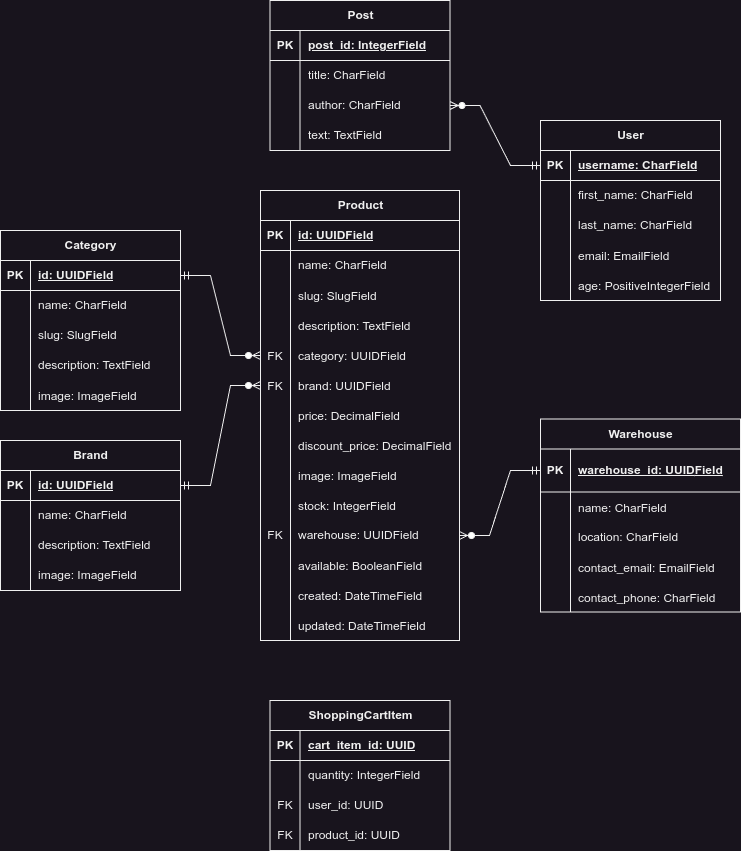
Before: docs/models.png, a diagram exported from draw.io (jkvince/django-instruments). Source tidied: cells renumbered, new cells last; positions are measured from the earlier drawing's top-left corner, leaving out a move shared by most shapes.
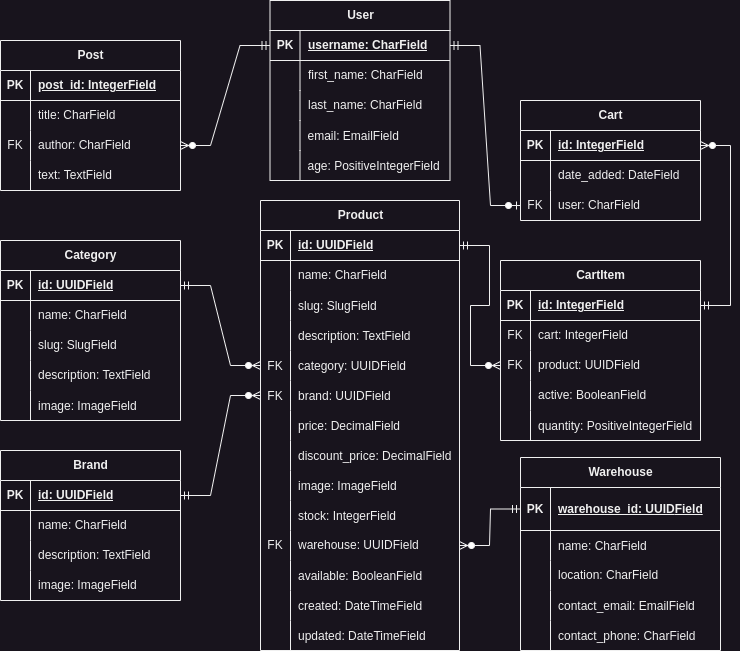
Later version of the same file.

Change to the diagram source:
```diff
@@ -3,7 +3,7 @@
     <mxCell id="0" />
     <mxCell id="1" parent="0" />
     <mxCell id="2" value="Warehouse" style="shape=table;startSize=30;rowLines=0;fontStyle=1;align=center;html=1;" parent="1" vertex="1">
-      <mxGeometry x="540" y="418.5" width="200" height="193" as="geometry" />
+      <mxGeometry x="520" y="447" width="200" height="193" as="geometry" />
     </mxCell>
     <mxCell id="3" style="shape=tableRow;horizontal=0;startSize=0;swimlaneHead=0;swimlaneBody=0;fillColor=none;points=[[0,0.5],[1,0.5]];portConstraint=eastwest;top=0;left=0;right=0;bottom=1;" parent="2" vertex="1">
       <mxGeometry y="30" width="200" height="43" as="geometry" />
@@ -180,7 +180,7 @@
       <mxGeometry x="30" width="169" height="30" as="geometry" />
     </mxCell>
     <mxCell id="61" value="User" style="shape=table;startSize=30;rowLines=0;fontStyle=1;align=center;html=1;" parent="1" vertex="1">
-      <mxGeometry x="540" y="120" width="180" height="180" as="geometry" />
+      <mxGeometry x="269.5" y="-10" width="180" height="180" as="geometry" />
     </mxCell>
     <mxCell id="62" style="shape=tableRow;horizontal=0;startSize=0;swimlaneHead=0;swimlaneBody=0;fillColor=none;points=[[0,0.5],[1,0.5]];portConstraint=eastwest;top=0;left=0;right=0;bottom=1;" parent="61" vertex="1">
       <mxGeometry y="30" width="180" height="30" as="geometry" />
@@ -227,45 +227,54 @@
     <mxCell id="76" value="age: PositiveIntegerField" style="shape=partialRectangle;fillColor=none;top=0;left=0;bottom=0;right=0;align=left;spacingLeft=6;overflow=hidden;" parent="74" vertex="1">
       <mxGeometry x="30" width="150" height="30" as="geometry" />
     </mxCell>
-    <mxCell id="77" value="ShoppingCartItem" style="shape=table;startSize=30;rowLines=0;fontStyle=1;align=center;html=1;" parent="1" vertex="1">
-      <mxGeometry x="269.5" y="700" width="180" height="150" as="geometry" />
+    <mxCell id="77" value="CartItem" style="shape=table;startSize=30;rowLines=0;fontStyle=1;align=center;html=1;" parent="1" vertex="1">
+      <mxGeometry x="500" y="250" width="200" height="180" as="geometry" />
     </mxCell>
     <mxCell id="78" style="shape=tableRow;horizontal=0;startSize=0;swimlaneHead=0;swimlaneBody=0;fillColor=none;points=[[0,0.5],[1,0.5]];portConstraint=eastwest;top=0;left=0;right=0;bottom=1;" parent="77" vertex="1">
-      <mxGeometry y="30" width="180" height="30" as="geometry" />
+      <mxGeometry y="30" width="200" height="30" as="geometry" />
     </mxCell>
     <mxCell id="79" value="PK" style="shape=partialRectangle;fillColor=none;top=0;left=0;bottom=0;right=0;fontStyle=1;overflow=hidden;whiteSpace=wrap;html=1;" parent="78" vertex="1">
       <mxGeometry width="30" height="30" as="geometry" />
     </mxCell>
-    <mxCell id="80" value="cart_item_id: UUID" style="shape=partialRectangle;fillColor=none;top=0;left=0;bottom=0;right=0;align=left;spacingLeft=6;fontStyle=5;overflow=hidden;whiteSpace=wrap;html=1;" parent="78" vertex="1">
-      <mxGeometry x="30" width="150" height="30" as="geometry" />
+    <mxCell id="80" value="id: IntegerField" style="shape=partialRectangle;fillColor=none;top=0;left=0;bottom=0;right=0;align=left;spacingLeft=6;fontStyle=5;overflow=hidden;whiteSpace=wrap;html=1;" parent="78" vertex="1">
+      <mxGeometry x="30" width="170" height="30" as="geometry" />
     </mxCell>
     <mxCell id="81" style="shape=tableRow;horizontal=0;startSize=0;swimlaneHead=0;swimlaneBody=0;fillColor=none;top=0;left=0;right=0;bottom=0;" parent="77" vertex="1">
-      <mxGeometry y="60" width="180" height="30" as="geometry" />
+      <mxGeometry y="60" width="200" height="30" as="geometry" />
     </mxCell>
-    <mxCell id="82" style="shape=partialRectangle;fillColor=none;top=0;left=0;bottom=0;right=0;overflow=hidden;whiteSpace=wrap;html=1;" parent="81" vertex="1">
+    <mxCell id="82" value="FK" style="shape=partialRectangle;fillColor=none;top=0;left=0;bottom=0;right=0;overflow=hidden;whiteSpace=wrap;html=1;" parent="81" vertex="1">
       <mxGeometry width="30" height="30" as="geometry" />
     </mxCell>
-    <mxCell id="83" value="quantity: IntegerField" style="shape=partialRectangle;fillColor=none;top=0;left=0;bottom=0;right=0;align=left;spacingLeft=6;overflow=hidden;whiteSpace=wrap;html=1;" parent="81" vertex="1">
-      <mxGeometry x="30" width="150" height="30" as="geometry" />
+    <mxCell id="83" value="cart: IntegerField" style="shape=partialRectangle;fillColor=none;top=0;left=0;bottom=0;right=0;align=left;spacingLeft=6;overflow=hidden;whiteSpace=wrap;html=1;" parent="81" vertex="1">
+      <mxGeometry x="30" width="170" height="30" as="geometry" />
     </mxCell>
     <mxCell id="84" style="shape=tableRow;horizontal=0;startSize=0;swimlaneHead=0;swimlaneBody=0;fillColor=none;points=[[0,0.5],[1,0.5]];portConstraint=eastwest;top=0;left=0;right=0;bottom=0;" parent="77" vertex="1">
-      <mxGeometry y="90" width="180" height="30" as="geometry" />
+      <mxGeometry y="90" width="200" height="30" as="geometry" />
     </mxCell>
     <mxCell id="85" value="FK" style="shape=partialRectangle;fillColor=none;top=0;left=0;bottom=0;right=0;overflow=hidden;whiteSpace=wrap;html=1;" parent="84" vertex="1">
       <mxGeometry width="30" height="30" as="geometry" />
     </mxCell>
-    <mxCell id="86" value="user_id: UUID" style="shape=partialRectangle;fillColor=none;top=0;left=0;bottom=0;right=0;align=left;spacingLeft=6;overflow=hidden;whiteSpace=wrap;html=1;" parent="84" vertex="1">
-      <mxGeometry x="30" width="150" height="30" as="geometry" />
+    <mxCell id="86" value="product: UUIDField" style="shape=partialRectangle;fillColor=none;top=0;left=0;bottom=0;right=0;align=left;spacingLeft=6;overflow=hidden;whiteSpace=wrap;html=1;" parent="84" vertex="1">
+      <mxGeometry x="30" width="170" height="30" as="geometry" />
     </mxCell>
     <mxCell id="87" style="shape=tableRow;horizontal=0;startSize=0;swimlaneHead=0;swimlaneBody=0;fillColor=none;top=0;left=0;right=0;bottom=0;" parent="77" vertex="1">
-      <mxGeometry y="120" width="180" height="30" as="geometry" />
+      <mxGeometry y="120" width="200" height="30" as="geometry" />
     </mxCell>
-    <mxCell id="88" value="FK" style="shape=partialRectangle;fillColor=none;top=0;left=0;bottom=0;right=0;overflow=hidden;whiteSpace=wrap;html=1;" parent="87" vertex="1">
+    <mxCell id="88" style="shape=partialRectangle;fillColor=none;top=0;left=0;bottom=0;right=0;overflow=hidden;whiteSpace=wrap;html=1;" parent="87" vertex="1">
       <mxGeometry width="30" height="30" as="geometry" />
     </mxCell>
-    <mxCell id="89" value="product_id: UUID" style="shape=partialRectangle;fillColor=none;top=0;left=0;bottom=0;right=0;align=left;spacingLeft=6;overflow=hidden;whiteSpace=wrap;html=1;" parent="87" vertex="1">
-      <mxGeometry x="30" width="150" height="30" as="geometry" />
+    <mxCell id="89" value="active: BooleanField" style="shape=partialRectangle;fillColor=none;top=0;left=0;bottom=0;right=0;align=left;spacingLeft=6;overflow=hidden;whiteSpace=wrap;html=1;" parent="87" vertex="1">
+      <mxGeometry x="30" width="170" height="30" as="geometry" />
     </mxCell>
+    <mxCell id="136" style="shape=tableRow;horizontal=0;startSize=0;swimlaneHead=0;swimlaneBody=0;fillColor=none;top=0;left=0;right=0;bottom=0;" parent="77" vertex="1">
+      <mxGeometry y="150" width="200" height="30" as="geometry" />
+    </mxCell>
+    <mxCell id="137" style="shape=partialRectangle;fillColor=none;top=0;left=0;bottom=0;right=0;overflow=hidden;" parent="136" vertex="1">
+      <mxGeometry width="30" height="30" as="geometry" />
+    </mxCell>
+    <mxCell id="138" value="quantity: PositiveIntegerField" style="shape=partialRectangle;fillColor=none;top=0;left=0;bottom=0;right=0;align=left;spacingLeft=6;overflow=hidden;" parent="136" vertex="1">
+      <mxGeometry x="30" width="170" height="30" as="geometry" />
+    </mxCell>
     <mxCell id="90" style="edgeStyle=entityRelationEdgeStyle;fontSize=12;html=1;endArrow=ERzeroToMany;startArrow=ERmandOne;rounded=0;exitX=0;exitY=0.5;exitDx=0;exitDy=0;entryX=1;entryY=0.5;entryDx=0;entryDy=0;" parent="1" edge="1" source="3" target="49">
       <mxGeometry relative="1" as="geometry" />
     </mxCell>
@@ -360,7 +369,7 @@
       <mxGeometry x="30" width="150" height="30" as="geometry" />
     </mxCell>
     <mxCell id="121" value="Post" style="shape=table;startSize=30;rowLines=0;fontStyle=1;align=center;html=1;" parent="1" vertex="1">
-      <mxGeometry x="269.5" width="180" height="150" as="geometry" />
+      <mxGeometry y="30" width="180" height="150" as="geometry" />
     </mxCell>
     <mxCell id="122" style="shape=tableRow;horizontal=0;startSize=0;swimlaneHead=0;swimlaneBody=0;fillColor=none;top=0;left=0;right=0;bottom=1;" parent="121" vertex="1">
       <mxGeometry y="30" width="180" height="30" as="geometry" />
@@ -383,7 +392,7 @@
     <mxCell id="128" style="shape=tableRow;horizontal=0;startSize=0;swimlaneHead=0;swimlaneBody=0;fillColor=none;points=[[0,0.5],[1,0.5]];portConstraint=eastwest;top=0;left=0;right=0;bottom=0;" parent="121" vertex="1">
       <mxGeometry y="90" width="180" height="30" as="geometry" />
     </mxCell>
-    <mxCell id="129" style="shape=partialRectangle;fillColor=none;top=0;left=0;bottom=0;right=0;overflow=hidden;whiteSpace=wrap;html=1;" parent="128" vertex="1">
+    <mxCell id="129" value="FK" style="shape=partialRectangle;fillColor=none;top=0;left=0;bottom=0;right=0;overflow=hidden;whiteSpace=wrap;html=1;" parent="128" vertex="1">
       <mxGeometry width="30" height="30" as="geometry" />
     </mxCell>
     <mxCell id="130" value="author: CharField" style="shape=partialRectangle;fillColor=none;top=0;left=0;bottom=0;right=0;align=left;spacingLeft=6;overflow=hidden;whiteSpace=wrap;html=1;" parent="128" vertex="1">
@@ -404,5 +413,44 @@
     <mxCell id="135" style="edgeStyle=entityRelationEdgeStyle;fontSize=12;html=1;endArrow=ERzeroToMany;startArrow=ERmandOne;rounded=0;exitX=0;exitY=0.5;exitDx=0;exitDy=0;entryX=1;entryY=0.5;entryDx=0;entryDy=0;" parent="1" edge="1" source="62" target="128">
       <mxGeometry relative="1" as="geometry" />
     </mxCell>
+    <mxCell id="139" style="edgeStyle=entityRelationEdgeStyle;fontSize=12;html=1;endArrow=ERzeroToMany;startArrow=ERmandOne;rounded=0;exitX=1;exitY=0.5;exitDx=0;exitDy=0;entryX=0;entryY=0.5;entryDx=0;entryDy=0;" parent="1" edge="1" source="19" target="84">
+      <mxGeometry relative="1" as="geometry" />
+    </mxCell>
+    <mxCell id="140" value="Cart" style="shape=table;startSize=30;rowLines=0;fontStyle=1;align=center;html=1;" parent="1" vertex="1">
+      <mxGeometry x="520" y="90" width="180" height="120" as="geometry" />
+    </mxCell>
+    <mxCell id="141" style="shape=tableRow;horizontal=0;startSize=0;swimlaneHead=0;swimlaneBody=0;fillColor=none;points=[[0,0.5],[1,0.5]];portConstraint=eastwest;top=0;left=0;right=0;bottom=1;" parent="140" vertex="1">
+      <mxGeometry y="30" width="180" height="30" as="geometry" />
+    </mxCell>
+    <mxCell id="142" value="PK" style="shape=partialRectangle;fillColor=none;top=0;left=0;bottom=0;right=0;fontStyle=1;overflow=hidden;whiteSpace=wrap;html=1;" parent="141" vertex="1">
+      <mxGeometry width="30" height="30" as="geometry" />
+    </mxCell>
+    <mxCell id="143" value="id: IntegerField" style="shape=partialRectangle;fillColor=none;top=0;left=0;bottom=0;right=0;align=left;spacingLeft=6;fontStyle=5;overflow=hidden;whiteSpace=wrap;html=1;" parent="141" vertex="1">
+      <mxGeometry x="30" width="150" height="30" as="geometry" />
+    </mxCell>
+    <mxCell id="144" style="shape=tableRow;horizontal=0;startSize=0;swimlaneHead=0;swimlaneBody=0;fillColor=none;top=0;left=0;right=0;bottom=0;" parent="140" vertex="1">
+      <mxGeometry y="60" width="180" height="30" as="geometry" />
+    </mxCell>
+    <mxCell id="145" style="shape=partialRectangle;fillColor=none;top=0;left=0;bottom=0;right=0;overflow=hidden;whiteSpace=wrap;html=1;" parent="144" vertex="1">
+      <mxGeometry width="30" height="30" as="geometry" />
+    </mxCell>
+    <mxCell id="146" value="date_added: DateField" style="shape=partialRectangle;fillColor=none;top=0;left=0;bottom=0;right=0;align=left;spacingLeft=6;overflow=hidden;whiteSpace=wrap;html=1;" parent="144" vertex="1">
+      <mxGeometry x="30" width="150" height="30" as="geometry" />
+    </mxCell>
+    <mxCell id="147" style="shape=tableRow;horizontal=0;startSize=0;swimlaneHead=0;swimlaneBody=0;fillColor=none;points=[[0,0.5],[1,0.5]];portConstraint=eastwest;top=0;left=0;right=0;bottom=0;" parent="140" vertex="1">
+      <mxGeometry y="90" width="180" height="30" as="geometry" />
+    </mxCell>
+    <mxCell id="148" value="FK" style="shape=partialRectangle;fillColor=none;top=0;left=0;bottom=0;right=0;overflow=hidden;whiteSpace=wrap;html=1;" parent="147" vertex="1">
+      <mxGeometry width="30" height="30" as="geometry" />
+    </mxCell>
+    <mxCell id="149" value="user: CharField" style="shape=partialRectangle;fillColor=none;top=0;left=0;bottom=0;right=0;align=left;spacingLeft=6;overflow=hidden;whiteSpace=wrap;html=1;" parent="147" vertex="1">
+      <mxGeometry x="30" width="150" height="30" as="geometry" />
+    </mxCell>
+    <mxCell id="150" style="edgeStyle=entityRelationEdgeStyle;fontSize=12;html=1;endArrow=ERzeroToMany;startArrow=ERmandOne;rounded=0;exitX=1;exitY=0.5;exitDx=0;exitDy=0;entryX=1;entryY=0.5;entryDx=0;entryDy=0;" parent="1" edge="1" source="78" target="141">
+      <mxGeometry relative="1" as="geometry" />
+    </mxCell>
+    <mxCell id="151" style="edgeStyle=entityRelationEdgeStyle;fontSize=12;html=1;endArrow=ERzeroToOne;startArrow=ERmandOne;rounded=0;exitX=1;exitY=0.5;exitDx=0;exitDy=0;entryX=0;entryY=0.5;entryDx=0;entryDy=0;" parent="1" edge="1" source="62" target="147">
+      <mxGeometry relative="1" as="geometry" />
+    </mxCell>
   </root>
 </mxGraphModel>
```
